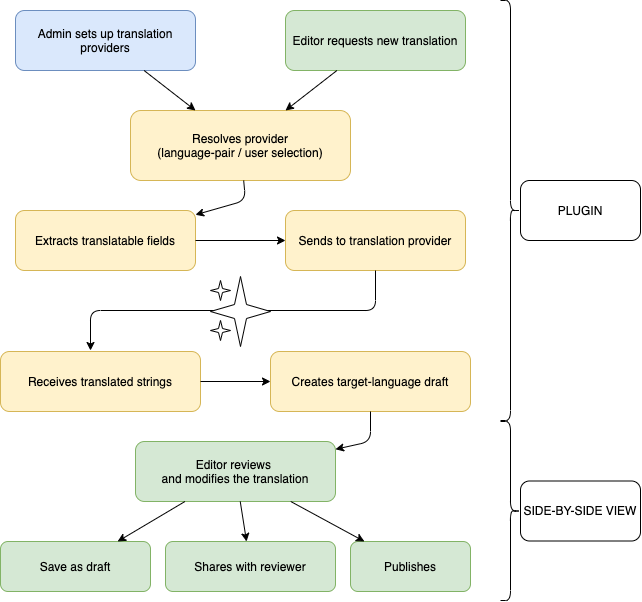
ibexa/documentation-developer keeps this draw.io diagram as docs/multisite/img/translations_management_flow.png. Above is the earlier version. Source tidied: cells renumbered, new cells last; positions are measured from the earlier drawing's top-left corner, leaving out a move shared by most shapes. Source of this version:
```xml
<mxGraphModel>
  <root>
    <mxCell id="0" />
    <mxCell id="1" parent="0" />
    <mxCell id="2" value="Admin sets up translation providers" style="rounded=1;whiteSpace=wrap;html=1;fillColor=#dae8fc;strokeColor=#6c8ebf;" parent="1" vertex="1">
      <mxGeometry x="15" y="10" width="180" height="60" as="geometry" />
    </mxCell>
    <mxCell id="3" value="Editor requests new translation" style="rounded=1;whiteSpace=wrap;html=1;fillColor=#d5e8d4;strokeColor=#82b366;" parent="1" vertex="1">
      <mxGeometry x="285" y="10" width="180" height="60" as="geometry" />
    </mxCell>
    <mxCell id="4" value="Resolves provider&lt;br&gt;(language-pair / user selection)" style="rounded=1;whiteSpace=wrap;html=1;fillColor=#fff2cc;strokeColor=#d6b656;" parent="1" vertex="1">
      <mxGeometry x="130" y="110" width="220" height="70" as="geometry" />
    </mxCell>
    <mxCell id="5" value="Extracts translatable fields" style="rounded=1;whiteSpace=wrap;html=1;fillColor=#fff2cc;strokeColor=#d6b656;" parent="1" vertex="1">
      <mxGeometry x="15" y="210" width="180" height="60" as="geometry" />
    </mxCell>
    <mxCell id="6" value="Sends to translation provider" style="rounded=1;whiteSpace=wrap;html=1;fillColor=#fff2cc;strokeColor=#d6b656;" parent="1" vertex="1">
      <mxGeometry x="285" y="210" width="180" height="60" as="geometry" />
    </mxCell>
    <mxCell id="7" value="Receives translated strings" style="rounded=1;whiteSpace=wrap;html=1;fillColor=#fff2cc;strokeColor=#d6b656;" parent="1" vertex="1">
      <mxGeometry y="351" width="200" height="60" as="geometry" />
    </mxCell>
    <mxCell id="8" value="Creates target-language draft" style="rounded=1;whiteSpace=wrap;html=1;fillColor=#fff2cc;strokeColor=#d6b656;" parent="1" vertex="1">
      <mxGeometry x="270" y="351" width="200" height="60" as="geometry" />
    </mxCell>
    <mxCell id="9" value="Editor reviews &lt;br&gt;and modifies the translation" style="rounded=1;whiteSpace=wrap;html=1;fillColor=#d5e8d4;strokeColor=#82b366;" parent="1" vertex="1">
      <mxGeometry x="135" y="441" width="200" height="60" as="geometry" />
    </mxCell>
    <mxCell id="10" value="Save as draft" style="rounded=1;whiteSpace=wrap;html=1;fillColor=#d5e8d4;strokeColor=#82b366;" parent="1" vertex="1">
      <mxGeometry y="541" width="150" height="50" as="geometry" />
    </mxCell>
    <mxCell id="11" value="Shares with reviewer" style="rounded=1;whiteSpace=wrap;html=1;fillColor=#d5e8d4;strokeColor=#82b366;" parent="1" vertex="1">
      <mxGeometry x="165" y="541" width="170" height="50" as="geometry" />
    </mxCell>
    <mxCell id="12" value="Publishes" style="rounded=1;whiteSpace=wrap;html=1;fillColor=#d5e8d4;strokeColor=#82b366;" parent="1" vertex="1">
      <mxGeometry x="350" y="541" width="120" height="50" as="geometry" />
    </mxCell>
    <mxCell id="13" parent="1" edge="1" source="2" target="4">
      <mxGeometry relative="1" as="geometry" />
    </mxCell>
    <mxCell id="14" parent="1" edge="1" source="3" target="4">
      <mxGeometry relative="1" as="geometry" />
    </mxCell>
    <mxCell id="15" parent="1" edge="1" source="4" target="5">
      <mxGeometry relative="1" as="geometry">
        <Array as="points">
          <mxPoint x="245" y="200" />
        </Array>
      </mxGeometry>
    </mxCell>
    <mxCell id="16" parent="1" edge="1" source="5" target="6">
      <mxGeometry relative="1" as="geometry" />
    </mxCell>
    <mxCell id="17" value="§" parent="1" edge="1" source="6">
      <mxGeometry relative="1" as="geometry">
        <mxPoint x="90" y="350" as="targetPoint" />
        <Array as="points">
          <mxPoint x="375" y="310" />
          <mxPoint x="90" y="310" />
        </Array>
      </mxGeometry>
    </mxCell>
    <mxCell id="18" parent="1" edge="1" source="7" target="8">
      <mxGeometry relative="1" as="geometry" />
    </mxCell>
    <mxCell id="19" parent="1" edge="1" source="8" target="9">
      <mxGeometry relative="1" as="geometry">
        <Array as="points">
          <mxPoint x="370" y="441" />
        </Array>
      </mxGeometry>
    </mxCell>
    <mxCell id="20" parent="1" edge="1" source="9" target="10">
      <mxGeometry relative="1" as="geometry" />
    </mxCell>
    <mxCell id="21" parent="1" edge="1" source="9" target="11">
      <mxGeometry relative="1" as="geometry" />
    </mxCell>
    <mxCell id="22" parent="1" edge="1" source="9" target="12">
      <mxGeometry relative="1" as="geometry" />
    </mxCell>
    <mxCell id="23" style="shape=curlyBracket;whiteSpace=wrap;html=1;rounded=1;flipH=1;" parent="1" vertex="1">
      <mxGeometry x="500" width="20" height="420" as="geometry" />
    </mxCell>
    <mxCell id="24" style="shape=curlyBracket;whiteSpace=wrap;html=1;rounded=1;flipH=1;" parent="1" vertex="1">
      <mxGeometry x="500" y="421" width="20" height="179" as="geometry" />
    </mxCell>
    <mxCell id="25" value="PLUGIN" style="whiteSpace=wrap;html=1;rounded=1;" parent="1" vertex="1">
      <mxGeometry x="520" y="180" width="120" height="60" as="geometry" />
    </mxCell>
    <mxCell id="26" value="SIDE-BY-SIDE VIEW" style="whiteSpace=wrap;html=1;rounded=1;" parent="1" vertex="1">
      <mxGeometry x="520" y="480.5" width="120" height="60" as="geometry" />
    </mxCell>
    <mxCell id="27" style="verticalLabelPosition=bottom;verticalAlign=top;html=1;shape=mxgraph.basic.4_point_star_2;dx=0.8;" parent="1" vertex="1">
      <mxGeometry x="210" y="276" width="60" height="70" as="geometry" />
    </mxCell>
    <mxCell id="28" style="verticalLabelPosition=bottom;verticalAlign=top;html=1;shape=mxgraph.basic.4_point_star_2;dx=0.8;" parent="1" vertex="1">
      <mxGeometry x="210" y="280" width="20" height="20" as="geometry" />
    </mxCell>
    <mxCell id="29" style="edgeStyle=orthogonalEdgeStyle;rounded=0;orthogonalLoop=1;jettySize=auto;html=1;exitX=0.5;exitY=1;exitDx=0;exitDy=0;exitPerimeter=0;" parent="1" edge="1" source="27" target="27">
      <mxGeometry relative="1" as="geometry" />
    </mxCell>
    <mxCell id="30" style="verticalLabelPosition=bottom;verticalAlign=top;html=1;shape=mxgraph.basic.4_point_star_2;dx=0.8;" parent="1" vertex="1">
      <mxGeometry x="210" y="320" width="20" height="20" as="geometry" />
    </mxCell>
  </root>
</mxGraphModel>
```
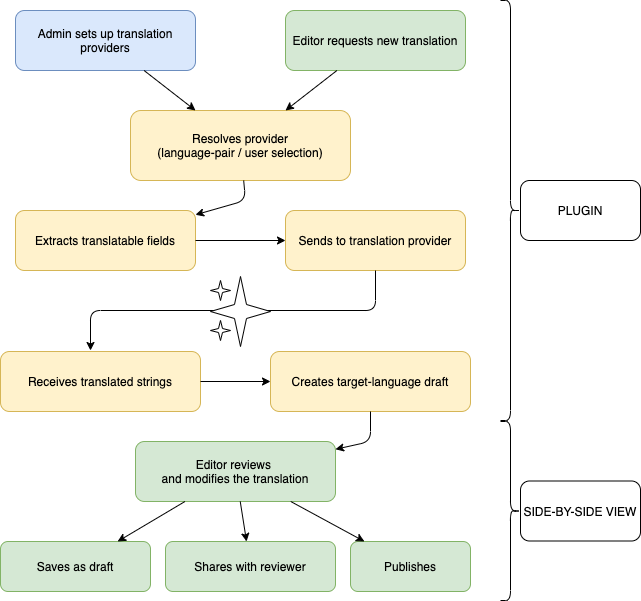
The same diagram one commit later.

What changed in the source:
```diff
@@ -26,7 +26,7 @@
     <mxCell id="9" value="Editor reviews &lt;br&gt;and modifies the translation" style="rounded=1;whiteSpace=wrap;html=1;fillColor=#d5e8d4;strokeColor=#82b366;" parent="1" vertex="1">
       <mxGeometry x="135" y="441" width="200" height="60" as="geometry" />
     </mxCell>
-    <mxCell id="10" value="Save as draft" style="rounded=1;whiteSpace=wrap;html=1;fillColor=#d5e8d4;strokeColor=#82b366;" parent="1" vertex="1">
+    <mxCell id="10" value="Saves as draft" style="rounded=1;whiteSpace=wrap;html=1;fillColor=#d5e8d4;strokeColor=#82b366;" parent="1" vertex="1">
       <mxGeometry y="541" width="150" height="50" as="geometry" />
     </mxCell>
     <mxCell id="11" value="Shares with reviewer" style="rounded=1;whiteSpace=wrap;html=1;fillColor=#d5e8d4;strokeColor=#82b366;" parent="1" vertex="1">
```
